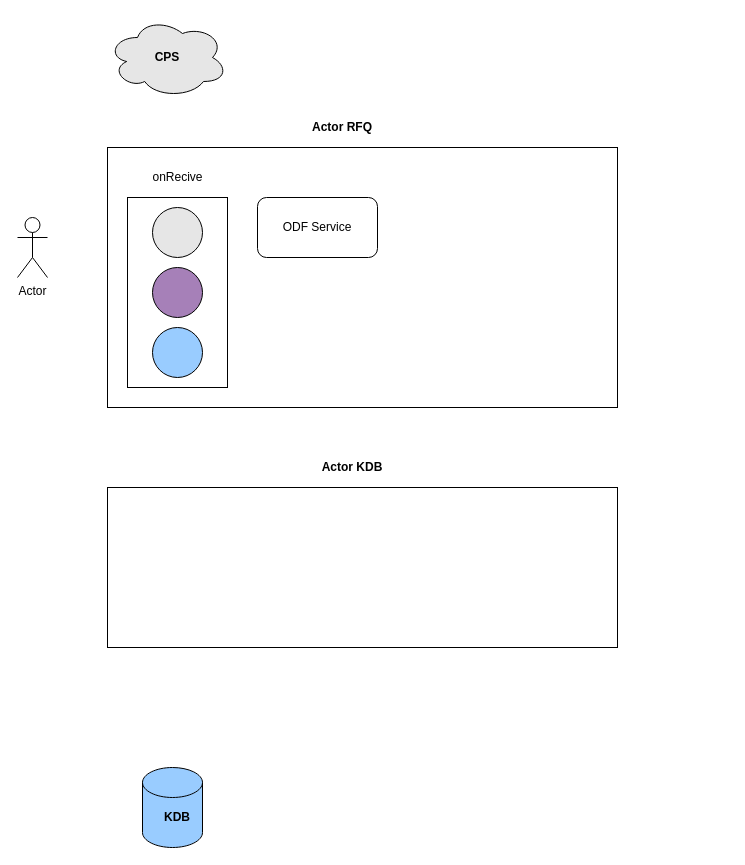
Earlier version of the draw.io diagram LookupService.drawio (bhargrah/drawio). Source tidied: cells renumbered, new cells numbered last; positions are measured from the earlier drawing's top-left corner, leaving out a move shared by most shapes. Both pictures are drawn from the tidied source at 100%, with x=0, y=0 at pixel (17, 17).
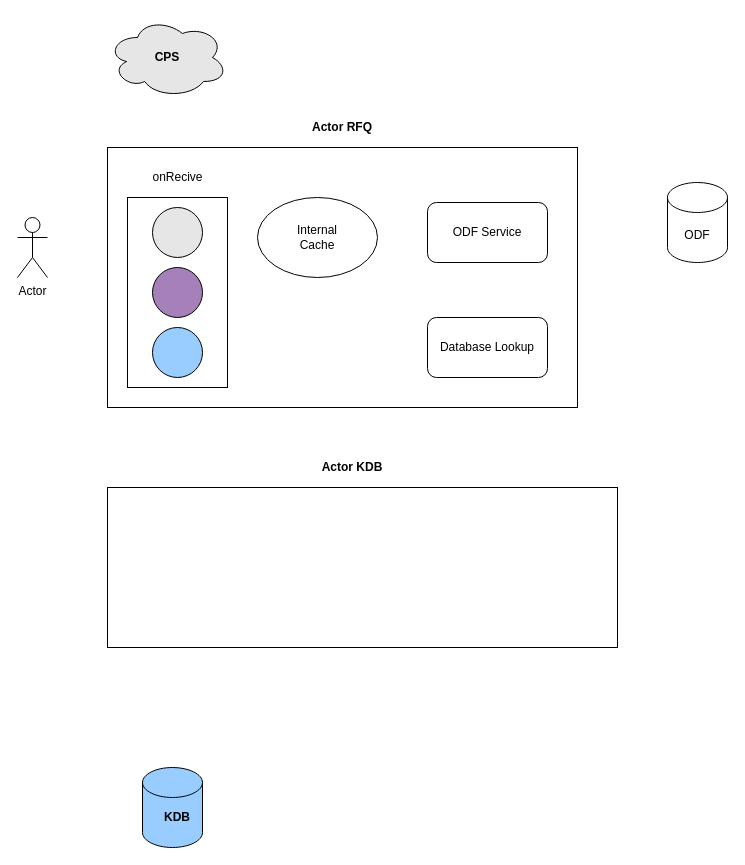
Above is the later version.

The edit, as a diff of the source:
```diff
@@
     <mxCell id="2" style="rounded=0;whiteSpace=wrap;html=1;" parent="1" vertex="1">
-      <mxGeometry x="90" y="130" width="510" height="260" as="geometry" />
+      <mxGeometry x="90" y="130" width="470" height="260" as="geometry" />
     </mxCell>
@@
     <mxCell id="16" value="ODF Service" style="rounded=1;whiteSpace=wrap;html=1;fillColor=#FFFFFF;" parent="1" vertex="1">
-      <mxGeometry x="240" y="180" width="120" height="60" as="geometry" />
+      <mxGeometry x="410" y="185" width="120" height="60" as="geometry" />
     </mxCell>
+    <mxCell id="17" value="Database Lookup" style="rounded=1;whiteSpace=wrap;html=1;fillColor=#FFFFFF;" parent="1" vertex="1">
+      <mxGeometry x="410" y="300" width="120" height="60" as="geometry" />
+    </mxCell>
+    <mxCell id="18" style="ellipse;whiteSpace=wrap;html=1;fillColor=#FFFFFF;" parent="1" vertex="1">
+      <mxGeometry x="240" y="180" width="120" height="80" as="geometry" />
+    </mxCell>
+    <mxCell id="19" value="Internal Cache" style="text;html=1;strokeColor=none;fillColor=none;align=center;verticalAlign=middle;whiteSpace=wrap;rounded=0;" parent="1" vertex="1">
+      <mxGeometry x="280" y="210" width="40" height="20" as="geometry" />
+    </mxCell>
+    <mxCell id="20" value="ODF" style="shape=cylinder3;whiteSpace=wrap;html=1;boundedLbl=1;backgroundOutline=1;size=15;fillColor=#FFFFFF;" parent="1" vertex="1">
+      <mxGeometry x="650" y="165" width="60" height="80" as="geometry" />
+    </mxCell>
```
